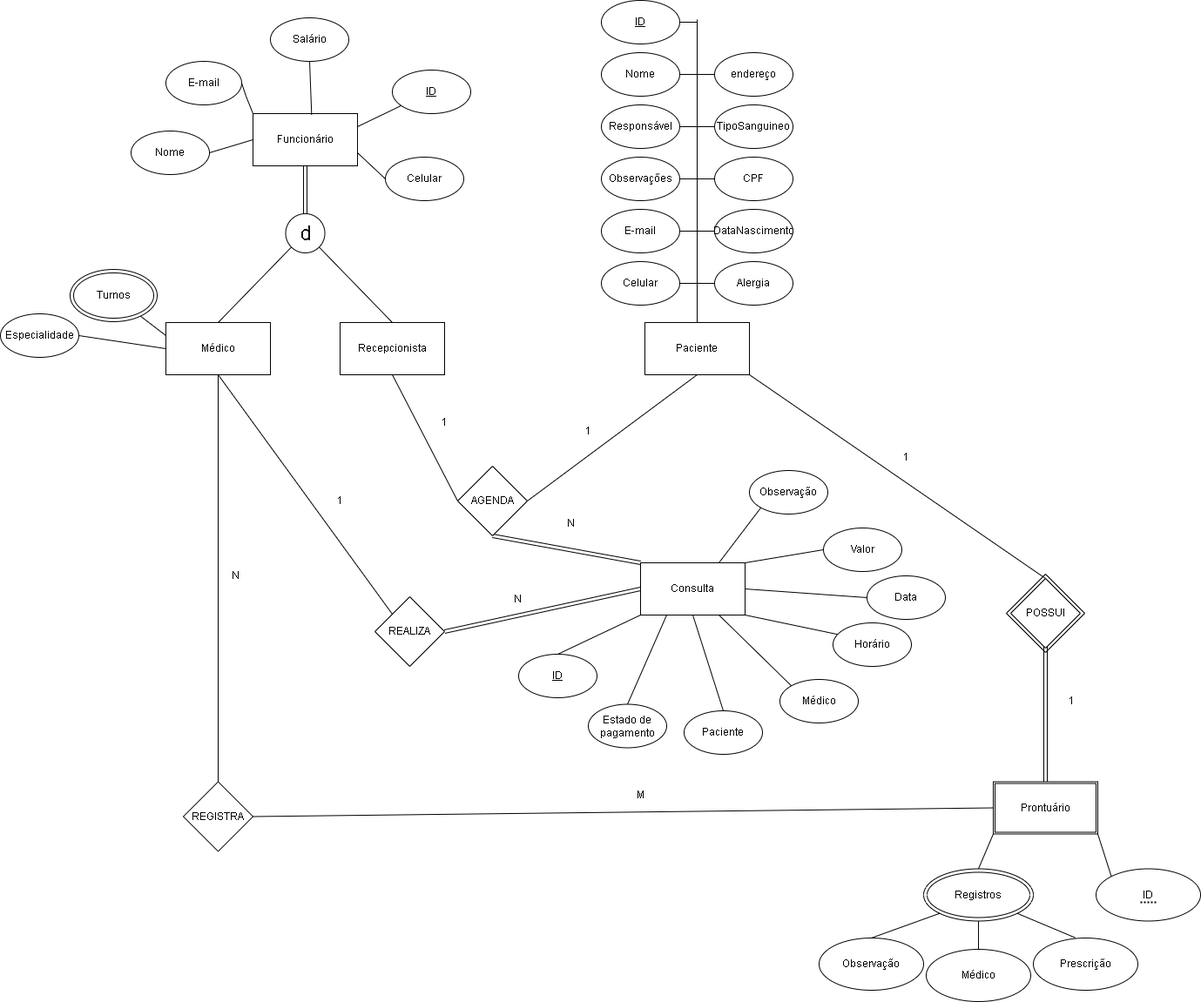
This is Modelo conceitual/Modelo ER.png from pauloandreoliv/Banco-de-Dados-I---2022.2---Projeto-da-II-Unidade, a draw.io export, as it was before one commit. Source tidied: cells renumbered, new cells last; positions are measured from the earlier drawing's top-left corner, leaving out a move shared by most shapes.
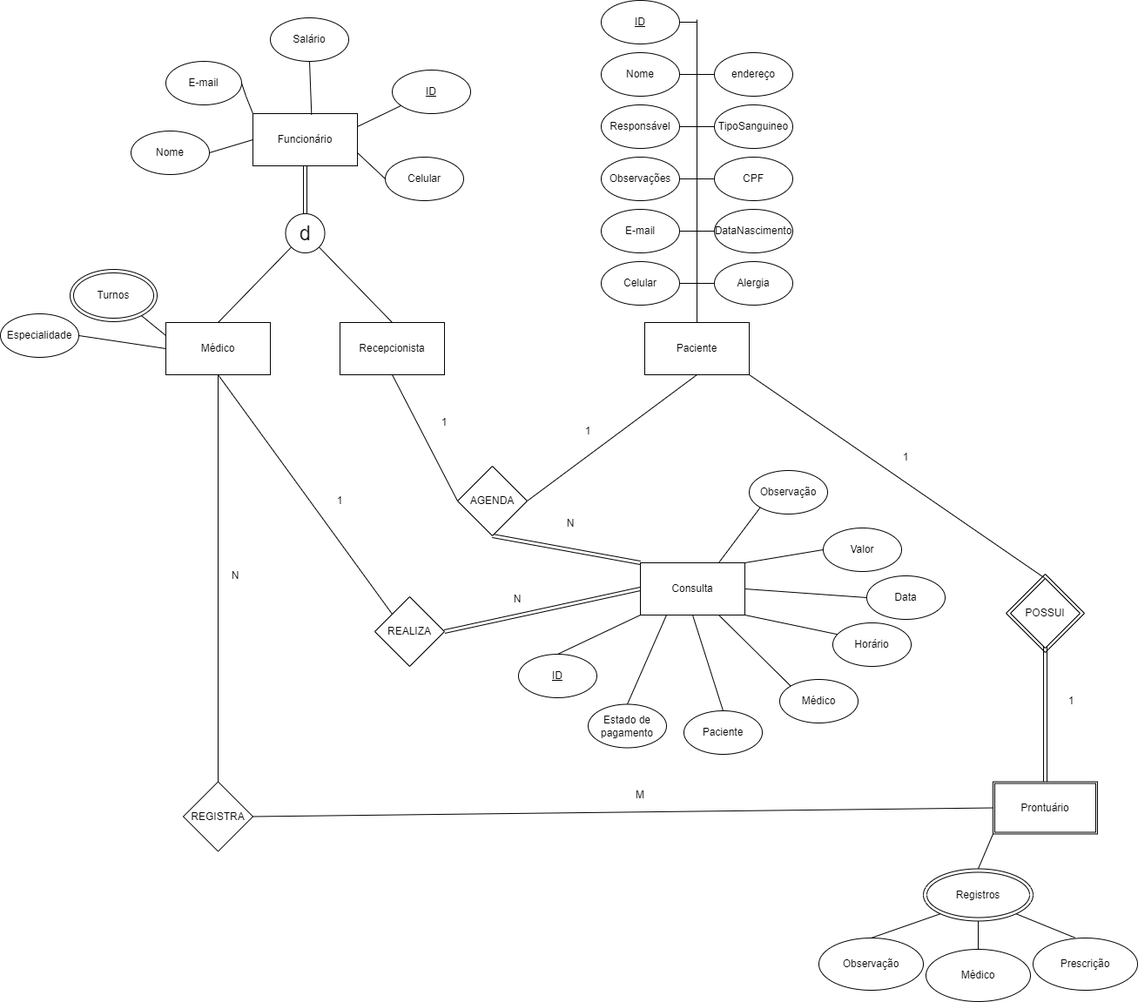
The same file after the commit.

Commit message:
Atualização modelo ER

The edit, as a diff of the source:
```diff
@@ -61,9 +61,6 @@
         <mxPoint x="1252" y="927.4" as="targetPoint" />
       </mxGeometry>
     </mxCell>
-    <mxCell id="20" style="edgeStyle=none;rounded=0;jettySize=auto;html=1;exitX=1;exitY=1;exitDx=0;exitDy=0;entryX=0;entryY=0;entryDx=0;entryDy=0;endArrow=none;endFill=0;" parent="1" edge="1" source="21" target="94">
-      <mxGeometry relative="1" as="geometry" />
-    </mxCell>
     <mxCell id="21" value="Prontuário" style="shape=ext;double=1;rounded=0;whiteSpace=wrap;html=1;" parent="1" vertex="1">
       <mxGeometry x="1140" y="897.5" width="120" height="60" as="geometry" />
     </mxCell>
@@ -299,14 +296,5 @@
     <mxCell id="93" value="Médico" style="ellipse;whiteSpace=wrap;html=1;" parent="1" vertex="1">
       <mxGeometry x="1063" y="1090" width="120" height="60" as="geometry" />
     </mxCell>
-    <mxCell id="94" value="ID" style="ellipse;whiteSpace=wrap;html=1;" parent="1" vertex="1">
-      <mxGeometry x="1258" y="997.5" width="120" height="60" as="geometry" />
-    </mxCell>
-    <mxCell id="95" style="endArrow=none;dashed=1;html=1;dashPattern=1 1;strokeWidth=2;rounded=0;" parent="1" edge="1">
-      <mxGeometry relative="1" as="geometry">
-        <mxPoint x="1309" y="1036" as="sourcePoint" />
-        <mxPoint x="1329" y="1036" as="targetPoint" />
-      </mxGeometry>
-    </mxCell>
   </root>
 </mxGraphModel>
```
